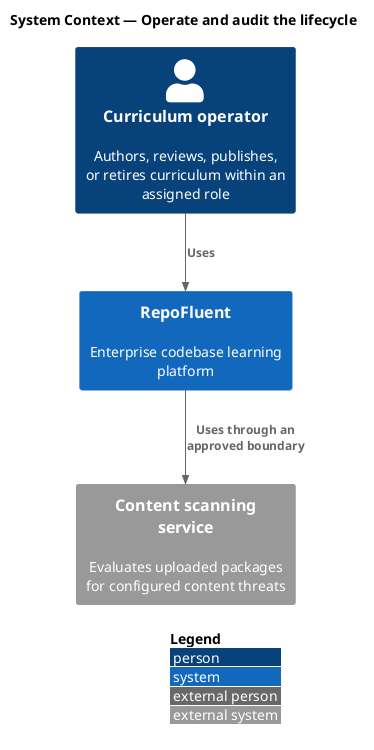
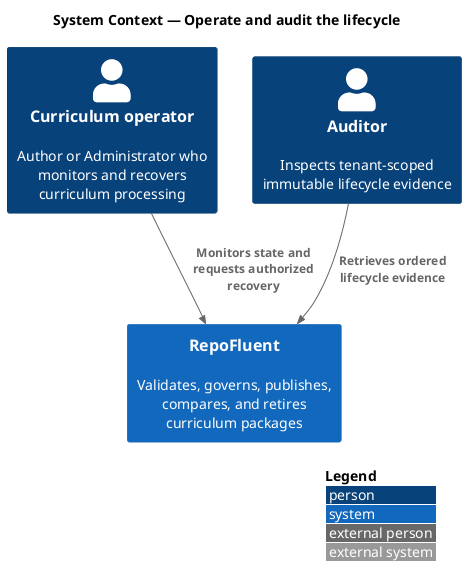
@startuml
!include <C4/C4_Context>
LAYOUT_WITH_LEGEND()
title System Context — Operate and audit the lifecycle

- Person(actor, "Curriculum operator", "Authors, reviews, publishes, or retires curriculum within an assigned role")
- System(repofluent, "RepoFluent", "Enterprise codebase learning platform")
- System_Ext(dependency, "Content scanning service", "Evaluates uploaded packages for configured content threats")
+ Person(operator, "Curriculum operator", "Author or Administrator who monitors and recovers curriculum processing")
+ Person(auditor, "Auditor", "Inspects tenant-scoped immutable lifecycle evidence")
+ System(repofluent, "RepoFluent", "Validates, governs, publishes, compares, and retires curriculum packages")

- Rel(actor, repofluent, "Uses")
- Rel(repofluent, dependency, "Uses through an approved boundary")
+ Rel(operator, repofluent, "Monitors state and requests authorized recovery")
+ Rel(auditor, repofluent, "Retrieves ordered lifecycle evidence")
@enduml
